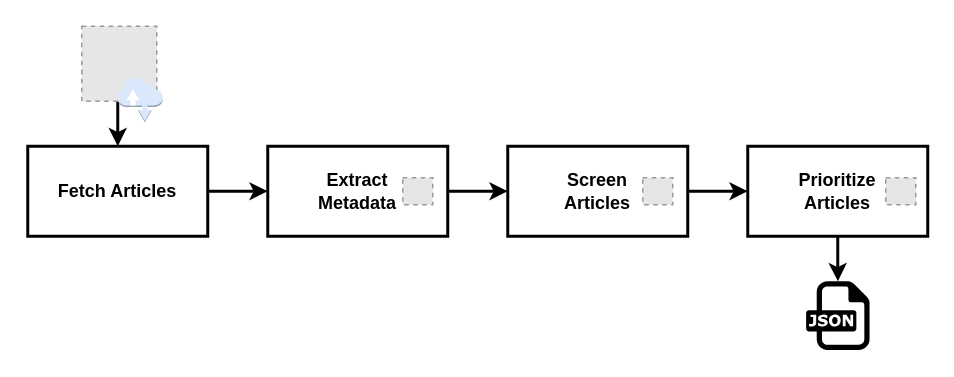
Before: assets/img/posts/2025-10-12-agentic-workflows/papers-please-dag.drawio in hclimente/hclimente.github.io, a draw.io diagram. Source tidied: cells renumbered, new cells numbered last; positions are measured from the earlier drawing's top-left corner, leaving out a move shared by most shapes. Both pictures are drawn from the tidied source at 150%, with x=0, y=0 at pixel (27, 26). Pictures stored in the file or linked from it are replaced by grey dashed boxes.
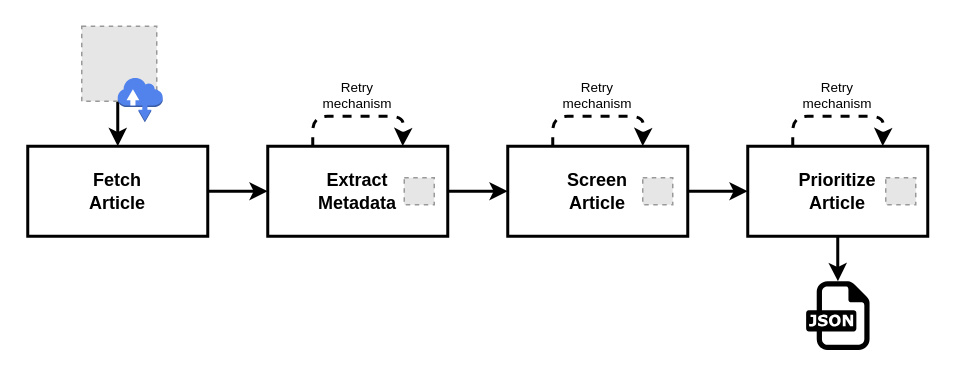
Above is the later version.

Unchanged cells that the change refers to:
```xml
<mxCell id="6" value="&lt;div&gt;&lt;b&gt;Extract&lt;/b&gt;&lt;/div&gt;&lt;div&gt;&lt;b&gt;Metadata&lt;/b&gt;&lt;/div&gt;" style="rounded=0;whiteSpace=wrap;html=1;strokeWidth=2;" parent="1" vertex="1">
  <mxGeometry x="160" y="80" width="120" height="60" as="geometry" />
</mxCell>
<mxCell id="12" style="group;" parent="1" vertex="1">
  <mxGeometry x="36" width="54" height="64" as="geometry" />
</mxCell>
```

What changed in the source:
```diff
@@
-    <mxCell id="4" value="&lt;div&gt;&lt;b&gt;Fetch Articles&lt;/b&gt;&lt;/div&gt;" style="rounded=0;whiteSpace=wrap;html=1;strokeWidth=2;" parent="1" vertex="1">
+    <mxCell id="4" value="&lt;div&gt;&lt;b&gt;Fetch&lt;/b&gt;&lt;/div&gt;&lt;div&gt;&lt;b&gt;Article&lt;/b&gt;&lt;/div&gt;" style="rounded=0;whiteSpace=wrap;html=1;strokeWidth=2;" parent="1" vertex="1">
       <mxGeometry y="80" width="120" height="60" as="geometry" />
     </mxCell>
@@
+    <mxCell id="18" style="edgeStyle=orthogonalEdgeStyle;rounded=1;jettySize=auto;html=1;exitX=0.25;exitY=0;exitDx=0;exitDy=0;strokeWidth=2;curved=0;dashed=1;" parent="1" edge="1" source="6">
+      <mxGeometry relative="1" as="geometry">
+        <mxPoint x="250" y="79.9" as="targetPoint" />
+      </mxGeometry>
+    </mxCell>
@@
+    <mxCell id="19" style="edgeStyle=orthogonalEdgeStyle;rounded=1;jettySize=auto;html=1;exitX=0.25;exitY=0;exitDx=0;exitDy=0;strokeWidth=2;curved=0;dashed=1;" parent="1" edge="1" source="8">
+      <mxGeometry relative="1" as="geometry">
+        <mxPoint x="410" y="79.9" as="targetPoint" />
+      </mxGeometry>
+    </mxCell>
-    <mxCell id="8" value="&lt;div&gt;&lt;b&gt;Screen&lt;/b&gt;&lt;/div&gt;&lt;div&gt;&lt;b&gt;Articles&lt;/b&gt;&lt;/div&gt;" style="rounded=0;whiteSpace=wrap;html=1;strokeWidth=2;" parent="1" vertex="1">
+    <mxCell id="8" value="&lt;div&gt;&lt;b&gt;Screen&lt;/b&gt;&lt;/div&gt;&lt;div&gt;&lt;b&gt;Article&lt;/b&gt;&lt;/div&gt;" style="rounded=0;whiteSpace=wrap;html=1;strokeWidth=2;" parent="1" vertex="1">
       <mxGeometry x="320" y="80" width="120" height="60" as="geometry" />
     </mxCell>
@@
+    <mxCell id="20" style="edgeStyle=orthogonalEdgeStyle;rounded=1;jettySize=auto;html=1;exitX=0.25;exitY=0;exitDx=0;exitDy=0;strokeWidth=2;curved=0;dashed=1;" parent="1" edge="1" source="10">
+      <mxGeometry relative="1" as="geometry">
+        <mxPoint x="570" y="79.9" as="targetPoint" />
+      </mxGeometry>
+    </mxCell>
-    <mxCell id="10" value="&lt;div&gt;&lt;b&gt;Prioritize&lt;/b&gt;&lt;/div&gt;&lt;div&gt;&lt;b&gt;Articles&lt;/b&gt;&lt;/div&gt;" style="rounded=0;whiteSpace=wrap;html=1;strokeWidth=2;" parent="1" vertex="1">
+    <mxCell id="10" value="&lt;div&gt;&lt;b&gt;Prioritize&lt;/b&gt;&lt;/div&gt;&lt;div&gt;&lt;b&gt;Article&lt;/b&gt;&lt;/div&gt;" style="rounded=0;whiteSpace=wrap;html=1;strokeWidth=2;" parent="1" vertex="1">
       <mxGeometry x="480" y="80" width="120" height="60" as="geometry" />
     </mxCell>
@@
-    <mxCell id="14" style="outlineConnect=0;dashed=0;verticalLabelPosition=bottom;verticalAlign=top;align=center;html=1;shape=mxgraph.aws3.internet;fillColor=#dae8fc;strokeColor=#6c8ebf;" parent="12" vertex="1">
+    <mxCell id="14" style="outlineConnect=0;dashed=0;verticalLabelPosition=bottom;verticalAlign=top;align=center;html=1;shape=mxgraph.aws3.internet;fillColor=light-dark(#5283ec, #2b82da);strokeColor=light-dark(#b7cdf7, #5c79a3);shadow=0;" parent="12" vertex="1">
       <mxGeometry x="24" y="34" width="30" height="30" as="geometry" />
     </mxCell>
     <mxCell id="15" style="fillColor=#E6E6E6;strokeColor=#999999;dashed=1;html=1;verticalLabelPosition=bottom;labelBackgroundColor=#ffffff;verticalAlign=top;" parent="1" vertex="1">
-      <mxGeometry x="250" y="101" width="20" height="18" as="geometry" />
+      <mxGeometry x="251" y="101" width="20" height="18" as="geometry" />
     </mxCell>
@@
+    <mxCell id="21" value="&lt;div style=&quot;line-height: 90%;&quot;&gt;&lt;font style=&quot;font-size: 9px; line-height: 90%;&quot;&gt;Retry mechanism&lt;/font&gt;&lt;/div&gt;" style="text;html=1;whiteSpace=wrap;strokeColor=none;fillColor=none;align=center;verticalAlign=middle;rounded=0;" parent="1" vertex="1">
+      <mxGeometry x="190" y="30" width="60" height="30" as="geometry" />
+    </mxCell>
+    <mxCell id="22" value="&lt;div style=&quot;line-height: 90%;&quot;&gt;&lt;font style=&quot;font-size: 9px; line-height: 90%;&quot;&gt;Retry mechanism&lt;/font&gt;&lt;/div&gt;" style="text;html=1;whiteSpace=wrap;strokeColor=none;fillColor=none;align=center;verticalAlign=middle;rounded=0;" parent="1" vertex="1">
+      <mxGeometry x="350" y="30" width="60" height="30" as="geometry" />
+    </mxCell>
+    <mxCell id="23" value="&lt;div style=&quot;line-height: 90%;&quot;&gt;&lt;font style=&quot;font-size: 9px; line-height: 90%;&quot;&gt;Retry mechanism&lt;/font&gt;&lt;/div&gt;" style="text;html=1;whiteSpace=wrap;strokeColor=none;fillColor=none;align=center;verticalAlign=middle;rounded=0;" parent="1" vertex="1">
+      <mxGeometry x="510" y="30" width="60" height="30" as="geometry" />
+    </mxCell>
```
